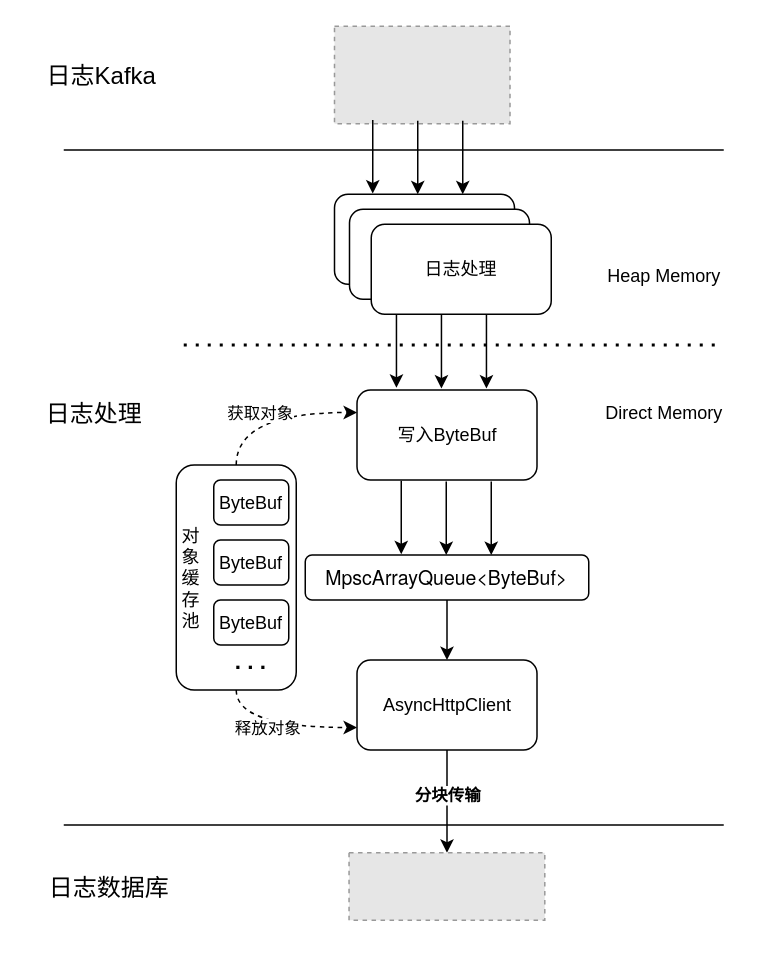
Above: page "数据写入方案三" (3 of 3) of Doris接入分享.drawio in maxuewen/draw.io (draw.io), before the change. Source tidied: cells renumbered, new cells numbered last; positions are measured from the earlier drawing's top-left corner, leaving out a move shared by most shapes. Both pictures are drawn from the tidied source at 150%, with x=0, y=0 at pixel (26, 26). Pictures stored in the file or linked from it are replaced by grey dashed boxes.
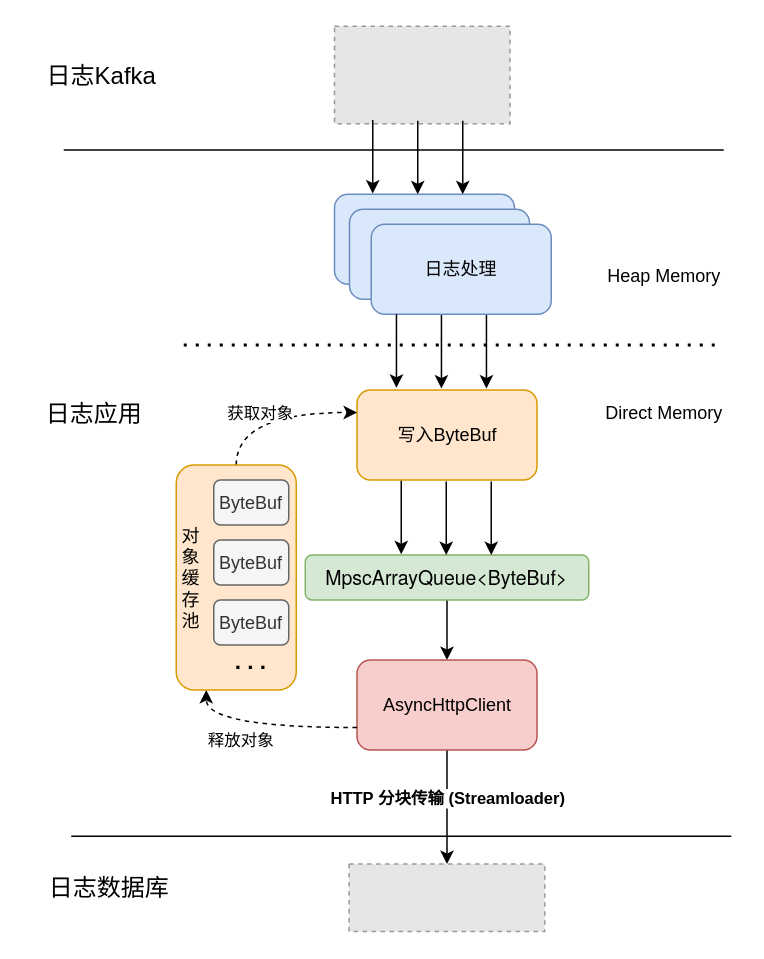
Above is the later version.

Unchanged cells that the change refers to:
```xml
<mxCell id="5" style="edgeStyle=orthogonalEdgeStyle;rounded=0;jettySize=auto;html=1;" parent="1" edge="1" source="7" target="19">
  <mxGeometry relative="1" as="geometry" />
</mxCell>
```

Diff of the diagram source:
```diff
@@
-    <mxCell id="3" value="&lt;font face=&quot;Helvetica Neue&quot;&gt;&lt;span style=&quot;font-size: 13px;&quot;&gt;MpscArrayQueue&amp;lt;ByteBuf&amp;gt;&lt;/span&gt;&lt;/font&gt;" style="rounded=1;whiteSpace=wrap;html=1;" parent="1" vertex="1">
+    <mxCell id="3" value="&lt;font face=&quot;Helvetica Neue&quot;&gt;&lt;span style=&quot;font-size: 13px;&quot;&gt;MpscArrayQueue&amp;lt;ByteBuf&amp;gt;&lt;/span&gt;&lt;/font&gt;" style="rounded=1;whiteSpace=wrap;html=1;fillColor=#d5e8d4;strokeColor=#82b366;" parent="1" vertex="1">
       <mxGeometry x="186" y="352.5" width="189" height="30" as="geometry" />
     </mxCell>
     <mxCell id="4" style="endArrow=none;html=1;rounded=0;" parent="1" edge="1">
       <mxGeometry relative="1" as="geometry">
-        <mxPoint x="25" y="532.5" as="sourcePoint" />
-        <mxPoint x="465" y="532.5" as="targetPoint" />
+        <mxPoint x="30" y="540" as="sourcePoint" />
+        <mxPoint x="470" y="540" as="targetPoint" />
       </mxGeometry>
     </mxCell>
@@
-    <mxCell id="6" value="&lt;b&gt;分块传输&lt;/b&gt;" style="edgeLabel;html=1;align=center;verticalAlign=middle;" parent="5" vertex="1">
+    <mxCell id="6" value="&lt;b&gt;HTTP 分块传输 (Streamloader)&lt;/b&gt;" style="edgeLabel;html=1;align=center;verticalAlign=middle;" parent="5" vertex="1">
       <mxGeometry x="-0.39" y="2" relative="1" as="geometry">
         <mxPoint x="-2" y="9" as="offset" />
       </mxGeometry>
     </mxCell>
-    <mxCell id="7" value="AsyncHttpClient" style="rounded=1;whiteSpace=wrap;html=1;" parent="1" vertex="1">
+    <mxCell id="7" value="AsyncHttpClient" style="rounded=1;whiteSpace=wrap;html=1;fillColor=#f8cecc;strokeColor=#b85450;" parent="1" vertex="1">
       <mxGeometry x="220.5" y="422.5" width="120" height="60" as="geometry" />
     </mxCell>
-    <mxCell id="8" style="rounded=1;whiteSpace=wrap;html=1;" parent="1" vertex="1">
+    <mxCell id="8" style="rounded=1;whiteSpace=wrap;html=1;fillColor=#dae8fc;strokeColor=#6c8ebf;" parent="1" vertex="1">
       <mxGeometry x="205.5" y="112" width="120" height="60" as="geometry" />
     </mxCell>
-    <mxCell id="9" style="rounded=1;whiteSpace=wrap;html=1;" parent="1" vertex="1">
+    <mxCell id="9" style="rounded=1;whiteSpace=wrap;html=1;fillColor=#dae8fc;strokeColor=#6c8ebf;" parent="1" vertex="1">
       <mxGeometry x="215.5" y="122" width="120" height="60" as="geometry" />
     </mxCell>
-    <mxCell id="10" value="日志处理" style="rounded=1;whiteSpace=wrap;html=1;" parent="1" vertex="1">
+    <mxCell id="10" value="日志处理" style="rounded=1;whiteSpace=wrap;html=1;fillColor=#dae8fc;strokeColor=#6c8ebf;" parent="1" vertex="1">
       <mxGeometry x="230" y="132" width="120" height="60" as="geometry" />
     </mxCell>
@@
-    <mxCell id="15" value="&lt;font style=&quot;font-size: 16px;&quot;&gt;日志处理&lt;/font&gt;" style="text;html=1;align=center;verticalAlign=middle;strokeColor=none;fillColor=none;" parent="1" vertex="1">
+    <mxCell id="15" value="&lt;font style=&quot;font-size: 16px;&quot;&gt;日志应用&lt;/font&gt;" style="text;html=1;align=center;verticalAlign=middle;strokeColor=none;fillColor=none;" parent="1" vertex="1">
       <mxGeometry y="242.5" width="90" height="30" as="geometry" />
     </mxCell>
@@
     <mxCell id="19" style="fillColor=#E6E6E6;strokeColor=#999999;dashed=1;verticalLabelPosition=bottom;labelBackgroundColor=default;verticalAlign=top;" parent="1" vertex="1">
-      <mxGeometry x="215.2" y="551" width="130.5" height="45" as="geometry" />
+      <mxGeometry x="215.2" y="558.5" width="130.5" height="45" as="geometry" />
     </mxCell>
@@
-    <mxCell id="26" value="写入ByteBuf" style="rounded=1;whiteSpace=wrap;html=1;" parent="1" vertex="1">
+    <mxCell id="26" value="写入ByteBuf" style="rounded=1;whiteSpace=wrap;html=1;fillColor=#ffe6cc;strokeColor=#d79b00;" parent="1" vertex="1">
       <mxGeometry x="220.5" y="242.5" width="120" height="60" as="geometry" />
     </mxCell>
@@
-    <mxCell id="29" style="edgeStyle=orthogonalEdgeStyle;rounded=0;jettySize=auto;html=1;exitX=0.5;exitY=1;exitDx=0;exitDy=0;entryX=0;entryY=0.75;entryDx=0;entryDy=0;curved=1;dashed=1;" parent="1" edge="1" source="31" target="7">
+    <mxCell id="29" style="edgeStyle=orthogonalEdgeStyle;rounded=0;jettySize=auto;html=1;exitX=0;exitY=0.75;exitDx=0;exitDy=0;entryX=0.25;entryY=1;entryDx=0;entryDy=0;curved=1;dashed=1;" parent="1" edge="1" source="7" target="31">
       <mxGeometry relative="1" as="geometry" />
     </mxCell>
@@
-    <mxCell id="31" style="rounded=1;whiteSpace=wrap;html=1;" parent="1" vertex="1">
+    <mxCell id="31" style="rounded=1;whiteSpace=wrap;html=1;fillColor=#ffe6cc;strokeColor=#d79b00;" parent="1" vertex="1">
       <mxGeometry x="100" y="292.5" width="80" height="150" as="geometry" />
     </mxCell>
-    <mxCell id="32" value="ByteBuf" style="rounded=1;whiteSpace=wrap;html=1;" parent="1" vertex="1">
+    <mxCell id="32" value="ByteBuf" style="rounded=1;whiteSpace=wrap;html=1;fillColor=#f5f5f5;fontColor=#333333;strokeColor=#666666;" parent="1" vertex="1">
       <mxGeometry x="125" y="302.5" width="50" height="30" as="geometry" />
     </mxCell>
-    <mxCell id="33" value="ByteBuf" style="rounded=1;whiteSpace=wrap;html=1;" parent="1" vertex="1">
+    <mxCell id="33" value="ByteBuf" style="rounded=1;whiteSpace=wrap;html=1;fillColor=#f5f5f5;fontColor=#333333;strokeColor=#666666;" parent="1" vertex="1">
       <mxGeometry x="125" y="342.5" width="50" height="30" as="geometry" />
     </mxCell>
-    <mxCell id="34" value="ByteBuf" style="rounded=1;whiteSpace=wrap;html=1;" parent="1" vertex="1">
+    <mxCell id="34" value="ByteBuf" style="rounded=1;whiteSpace=wrap;html=1;fillColor=#f5f5f5;fontColor=#333333;strokeColor=#666666;" parent="1" vertex="1">
       <mxGeometry x="125" y="382.5" width="50" height="30" as="geometry" />
     </mxCell>
```
